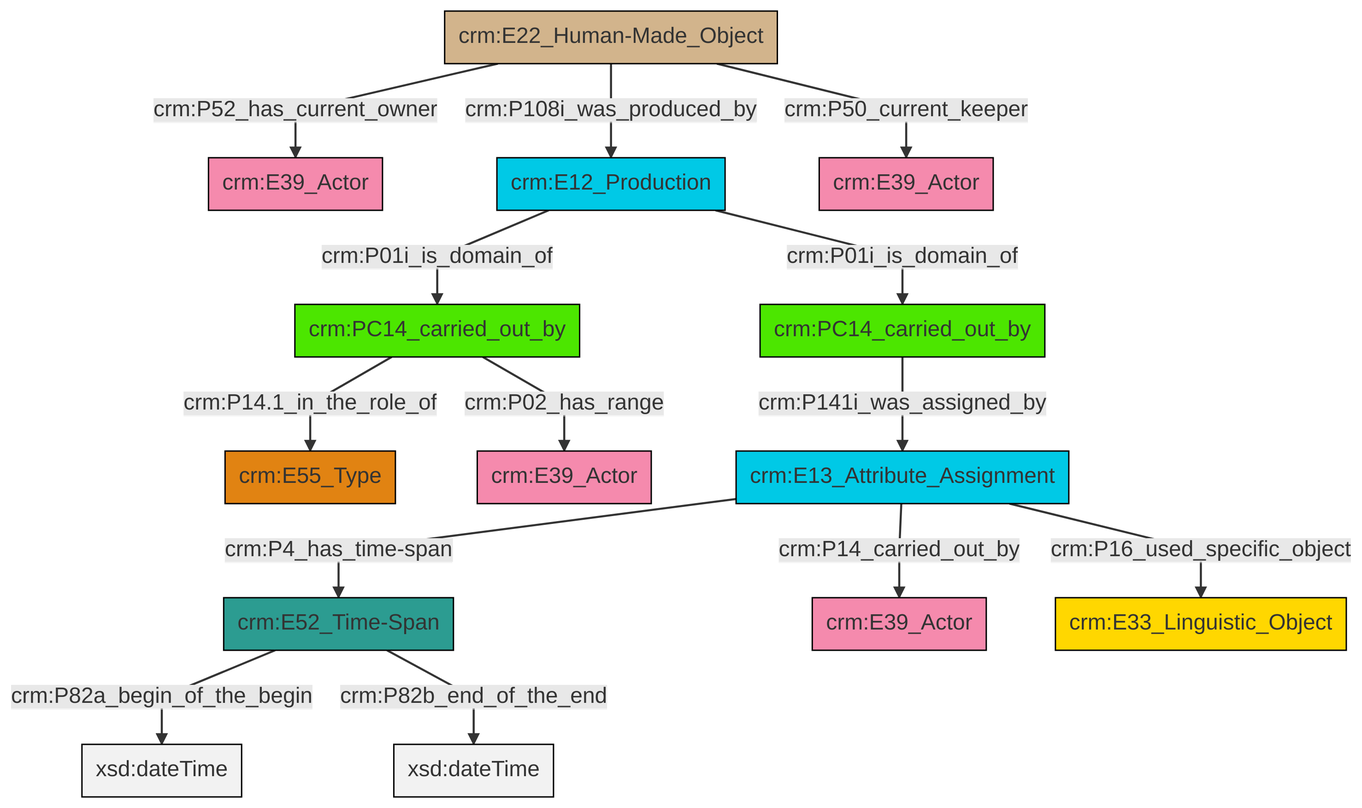
Above: et/carrierCSV/ttl/mmd/png/carrier_relations.png in swiss-art-research-net/docs.swissartresearch (Mermaid), before the change. Its source is kept beside it as et/carrierCSV/ttl/mmd/carrier_relations.ttl.mmd.
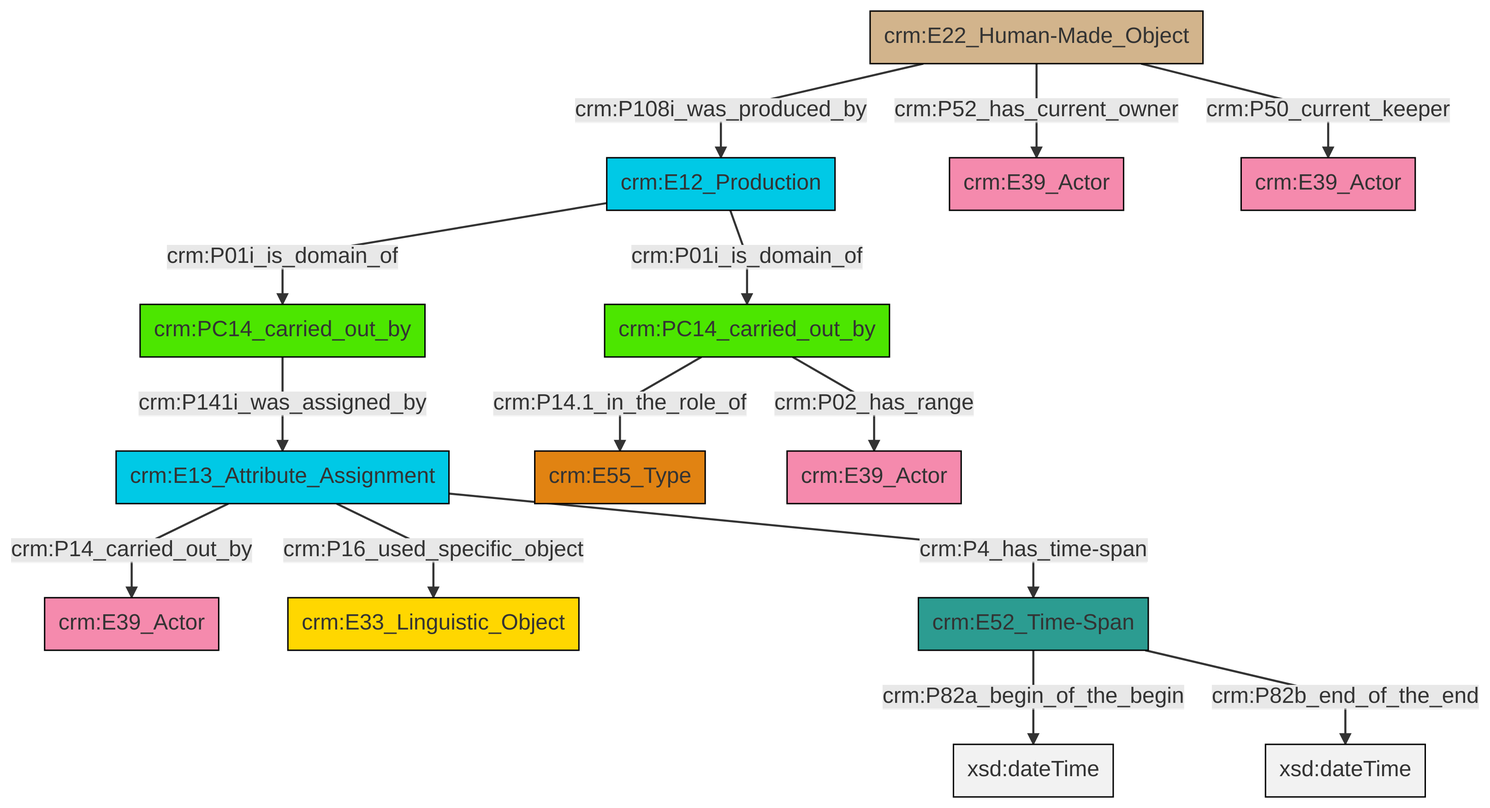
After the commit.

What changed in the source:
```diff
@@ -13,16 +13,16 @@
 classDef PC_Classes fill:#4ce600, stroke:#000000;
 classDef Multi fill:#cccccc,stroke:#000000;
 
-0["crm:E52_Time-Span"]:::Time-Span -->|crm:P82a_begin_of_the_begin| 1[xsd:dateTime]:::Literal
-12["crm:PC14_carried_out_by"]:::PC_Classes -->|crm:P141i_was_assigned_by| 13["crm:E13_Attribute_Assignment"]:::Temporal_Entity
-10["crm:E12_Production"]:::Temporal_Entity -->|crm:P01i_is_domain_of| 8["crm:PC14_carried_out_by"]:::PC_Classes
-0["crm:E52_Time-Span"]:::Time-Span -->|crm:P82b_end_of_the_end| 15[xsd:dateTime]:::Literal
-13["crm:E13_Attribute_Assignment"]:::Temporal_Entity -->|crm:P14_carried_out_by| 16["crm:E39_Actor"]:::Actor
-21["crm:E22_Human-Made_Object"]:::Physical_Thing -->|crm:P108i_was_produced_by| 10["crm:E12_Production"]:::Temporal_Entity
-8["crm:PC14_carried_out_by"]:::PC_Classes -->|crm:P14.1_in_the_role_of| 4["crm:E55_Type"]:::Type
-21["crm:E22_Human-Made_Object"]:::Physical_Thing -->|crm:P50_current_keeper| 22["crm:E39_Actor"]:::Actor
-13["crm:E13_Attribute_Assignment"]:::Temporal_Entity -->|crm:P4_has_time-span| 0["crm:E52_Time-Span"]:::Time-Span
-13["crm:E13_Attribute_Assignment"]:::Temporal_Entity -->|crm:P16_used_specific_object| 18["crm:E33_Linguistic_Object"]:::Conceptual_Object
-21["crm:E22_Human-Made_Object"]:::Physical_Thing -->|crm:P52_has_current_owner| 2["crm:E39_Actor"]:::Actor
-10["crm:E12_Production"]:::Temporal_Entity -->|crm:P01i_is_domain_of| 12["crm:PC14_carried_out_by"]:::PC_Classes
-8["crm:PC14_carried_out_by"]:::PC_Classes -->|crm:P02_has_range| 6["crm:E39_Actor"]:::Actor
+0["crm:E12_Production"]:::Temporal_Entity -->|crm:P01i_is_domain_of| 1["crm:PC14_carried_out_by"]:::PC_Classes
+2["crm:E22_Human-Made_Object"]:::Physical_Thing -->|crm:P52_has_current_owner| 3["crm:E39_Actor"]:::Actor
+7["crm:E13_Attribute_Assignment"]:::Temporal_Entity -->|crm:P14_carried_out_by| 4["crm:E39_Actor"]:::Actor
+7["crm:E13_Attribute_Assignment"]:::Temporal_Entity -->|crm:P16_used_specific_object| 13["crm:E33_Linguistic_Object"]:::Conceptual_Object
+14["crm:PC14_carried_out_by"]:::PC_Classes -->|crm:P141i_was_assigned_by| 7["crm:E13_Attribute_Assignment"]:::Temporal_Entity
+2["crm:E22_Human-Made_Object"]:::Physical_Thing -->|crm:P108i_was_produced_by| 0["crm:E12_Production"]:::Temporal_Entity
+1["crm:PC14_carried_out_by"]:::PC_Classes -->|crm:P14.1_in_the_role_of| 9["crm:E55_Type"]:::Type
+1["crm:PC14_carried_out_by"]:::PC_Classes -->|crm:P02_has_range| 15["crm:E39_Actor"]:::Actor
+0["crm:E12_Production"]:::Temporal_Entity -->|crm:P01i_is_domain_of| 14["crm:PC14_carried_out_by"]:::PC_Classes
+18["crm:E52_Time-Span"]:::Time-Span -->|crm:P82a_begin_of_the_begin| 19[xsd:dateTime]:::Literal
+2["crm:E22_Human-Made_Object"]:::Physical_Thing -->|crm:P50_current_keeper| 20["crm:E39_Actor"]:::Actor
+7["crm:E13_Attribute_Assignment"]:::Temporal_Entity -->|crm:P4_has_time-span| 18["crm:E52_Time-Span"]:::Time-Span
+18["crm:E52_Time-Span"]:::Time-Span -->|crm:P82b_end_of_the_end| 24[xsd:dateTime]:::Literal
```
